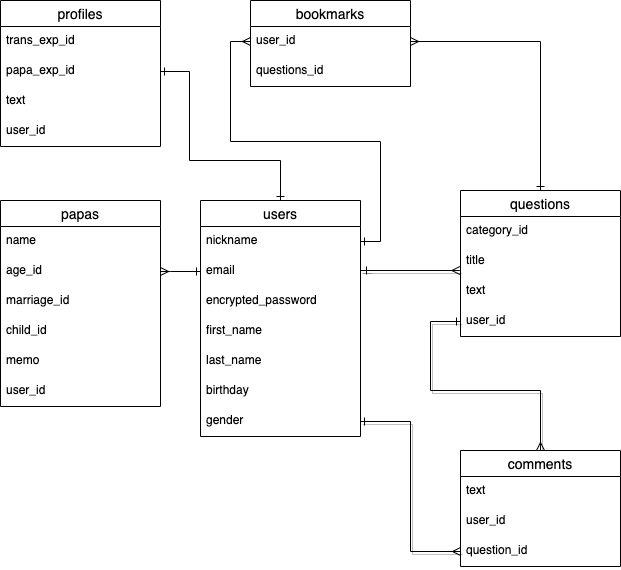
Before: ER.drawio.png, a diagram exported from draw.io (Chukoto/wyvez-test). Source tidied: cells renumbered, new cells last; positions are measured from the earlier drawing's top-left corner, leaving out a move shared by most shapes.
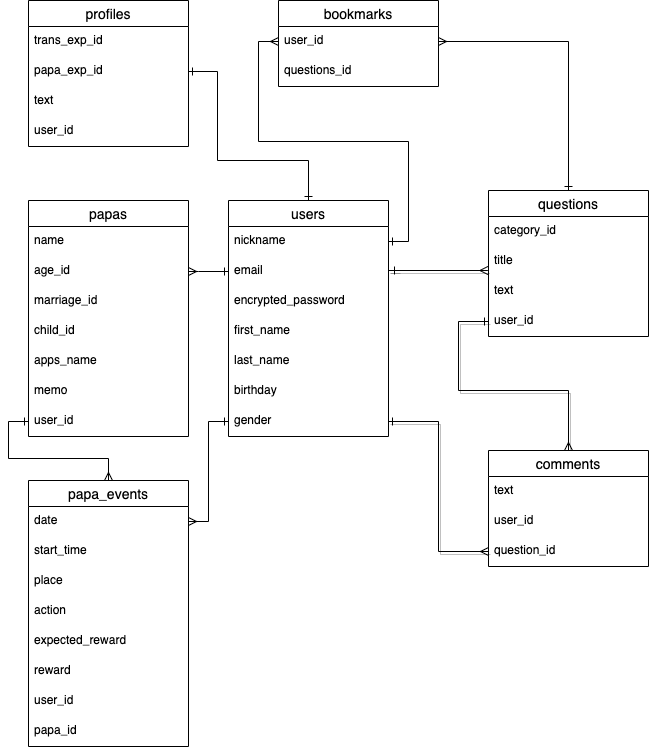
The same file after the commit.

Commit message:
ReadMeのpapasにapps_nameの追加、papas_eventsテーブル追加

Diff of the diagram source:
```diff
@@ -117,7 +117,7 @@
       <mxGeometry y="206" width="160" height="30" as="geometry" />
     </mxCell>
     <mxCell id="33" value="papas" style="swimlane;fontStyle=0;horizontal=1;startSize=26;align=center;fontSize=14;" parent="1" vertex="1">
-      <mxGeometry y="200" width="160" height="206" as="geometry" />
+      <mxGeometry y="200" width="160" height="236" as="geometry" />
     </mxCell>
     <mxCell id="34" value="name" style="text;strokeColor=none;fillColor=none;spacingLeft=4;spacingRight=4;overflow=hidden;fontSize=12;" parent="33" vertex="1">
       <mxGeometry y="26" width="160" height="30" as="geometry" />
@@ -131,11 +131,14 @@
     <mxCell id="37" value="child_id" style="text;strokeColor=none;fillColor=none;spacingLeft=4;spacingRight=4;overflow=hidden;fontSize=12;" parent="33" vertex="1">
       <mxGeometry y="116" width="160" height="30" as="geometry" />
     </mxCell>
+    <mxCell id="41" value="apps_name" style="text;strokeColor=none;fillColor=none;spacingLeft=4;spacingRight=4;overflow=hidden;fontSize=12;" parent="33" vertex="1">
+      <mxGeometry y="146" width="160" height="30" as="geometry" />
+    </mxCell>
     <mxCell id="38" value="memo" style="text;strokeColor=none;fillColor=none;spacingLeft=4;spacingRight=4;overflow=hidden;fontSize=12;" parent="33" vertex="1">
-      <mxGeometry y="146" width="160" height="30" as="geometry" />
+      <mxGeometry y="176" width="160" height="30" as="geometry" />
     </mxCell>
     <mxCell id="39" value="user_id" style="text;strokeColor=none;fillColor=none;spacingLeft=4;spacingRight=4;overflow=hidden;points=[[0,0.5],[1,0.5]];portConstraint=eastwest;fontSize=12;" parent="33" vertex="1">
-      <mxGeometry y="176" width="160" height="30" as="geometry" />
+      <mxGeometry y="206" width="160" height="30" as="geometry" />
     </mxCell>
     <mxCell id="40" style="edgeStyle=orthogonalEdgeStyle;rounded=0;jettySize=auto;html=1;entryX=0;entryY=0.5;entryDx=0;entryDy=0;startArrow=ERmany;startFill=0;endArrow=ERone;endFill=0;" parent="1" edge="1" target="27">
       <mxGeometry relative="1" as="geometry">
@@ -146,5 +149,38 @@
         </Array>
       </mxGeometry>
     </mxCell>
+    <mxCell id="42" style="edgeStyle=orthogonalEdgeStyle;rounded=0;jettySize=auto;html=1;exitX=0.5;exitY=0;exitDx=0;exitDy=0;entryX=0;entryY=0.5;entryDx=0;entryDy=0;startArrow=ERmany;startFill=0;endArrow=ERone;endFill=0;" parent="1" edge="1" source="43" target="39">
+      <mxGeometry relative="1" as="geometry" />
+    </mxCell>
+    <mxCell id="43" value="papa_events" style="swimlane;fontStyle=0;horizontal=1;startSize=26;align=center;fontSize=14;" parent="1" vertex="1">
+      <mxGeometry y="480" width="160" height="266" as="geometry" />
+    </mxCell>
+    <mxCell id="44" value="date" style="text;strokeColor=none;fillColor=none;spacingLeft=4;spacingRight=4;overflow=hidden;points=[[0,0.5],[1,0.5]];portConstraint=eastwest;fontSize=12;" parent="43" vertex="1">
+      <mxGeometry y="26" width="160" height="30" as="geometry" />
+    </mxCell>
+    <mxCell id="45" value="start_time" style="text;strokeColor=none;fillColor=none;spacingLeft=4;spacingRight=4;overflow=hidden;fontSize=12;" parent="43" vertex="1">
+      <mxGeometry y="56" width="160" height="30" as="geometry" />
+    </mxCell>
+    <mxCell id="46" value="place" style="text;strokeColor=none;fillColor=none;spacingLeft=4;spacingRight=4;overflow=hidden;fontSize=12;" parent="43" vertex="1">
+      <mxGeometry y="86" width="160" height="30" as="geometry" />
+    </mxCell>
+    <mxCell id="47" value="action" style="text;strokeColor=none;fillColor=none;spacingLeft=4;spacingRight=4;overflow=hidden;fontSize=12;" parent="43" vertex="1">
+      <mxGeometry y="116" width="160" height="30" as="geometry" />
+    </mxCell>
+    <mxCell id="48" value="expected_reward" style="text;strokeColor=none;fillColor=none;spacingLeft=4;spacingRight=4;overflow=hidden;fontSize=12;" parent="43" vertex="1">
+      <mxGeometry y="146" width="160" height="30" as="geometry" />
+    </mxCell>
+    <mxCell id="49" value="reward" style="text;strokeColor=none;fillColor=none;spacingLeft=4;spacingRight=4;overflow=hidden;fontSize=12;" parent="43" vertex="1">
+      <mxGeometry y="176" width="160" height="30" as="geometry" />
+    </mxCell>
+    <mxCell id="50" value="user_id" style="text;strokeColor=none;fillColor=none;spacingLeft=4;spacingRight=4;overflow=hidden;fontSize=12;" parent="43" vertex="1">
+      <mxGeometry y="206" width="160" height="30" as="geometry" />
+    </mxCell>
+    <mxCell id="51" value="papa_id" style="text;strokeColor=none;fillColor=none;spacingLeft=4;spacingRight=4;overflow=hidden;fontSize=12;" parent="43" vertex="1">
+      <mxGeometry y="236" width="160" height="30" as="geometry" />
+    </mxCell>
+    <mxCell id="52" style="edgeStyle=orthogonalEdgeStyle;rounded=0;jettySize=auto;html=1;exitX=1;exitY=0.5;exitDx=0;exitDy=0;entryX=0;entryY=0.5;entryDx=0;entryDy=0;endArrow=ERone;endFill=0;startArrow=ERmany;startFill=0;" parent="1" edge="1" source="44" target="32">
+      <mxGeometry relative="1" as="geometry" />
+    </mxCell>
   </root>
 </mxGraphModel>
```
